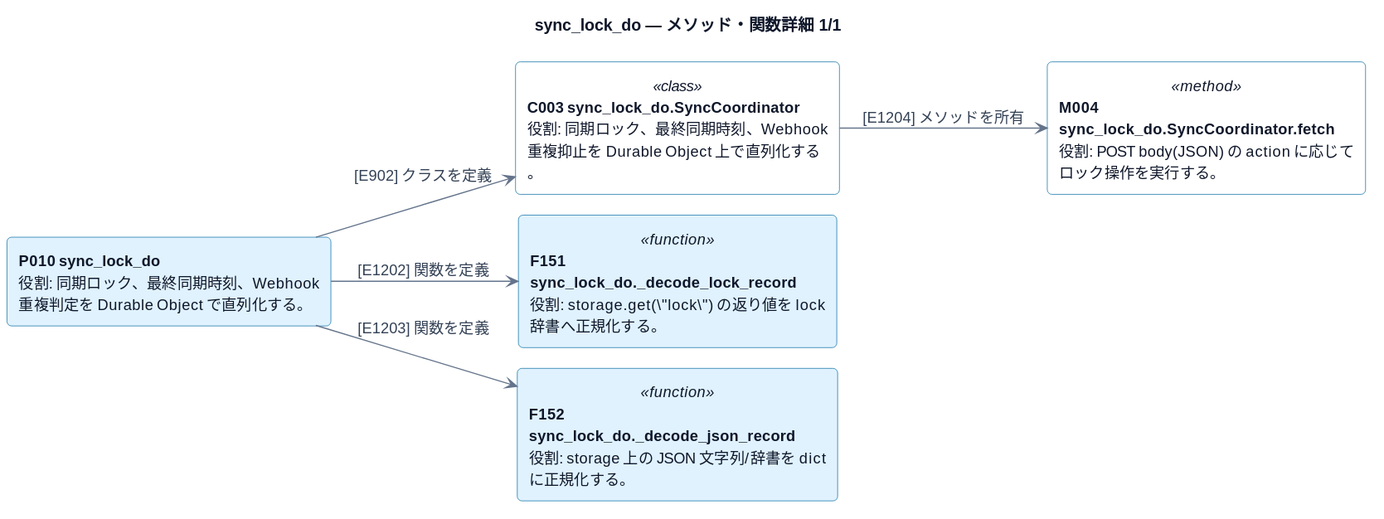
Above: docs/architecture/plantuml/rendered/methods/sync-lock.svg in ichipiro/IE_Event_Bot (PlantUML), before the change.
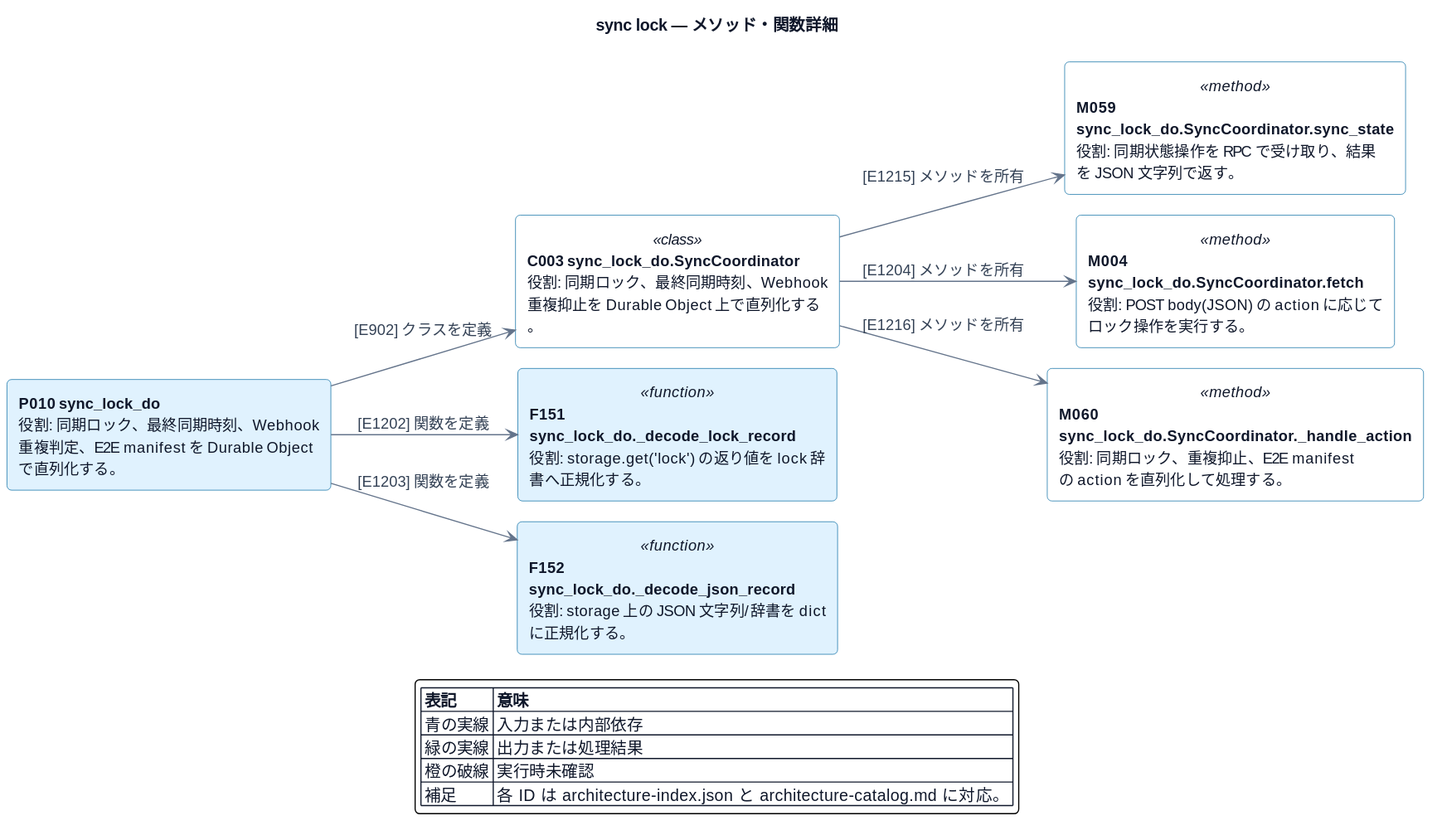
Above is the later version.

Diff of the diagram source:
```diff
@@ -1,15 +1,26 @@
 @startuml
 !include ../_shared/style.puml
-title sync_lock_do — メソッド・関数詳細 1/1
+title sync lock — メソッド・関数詳細
 !pragma layout smetana
 left to right direction
-component "<b>P010 sync_lock_do</b>\n役割: 同期ロック、最終同期時刻、Webhook 重複判定を Durable Object で直列化する。" as P010
+component "<b>P010 sync_lock_do</b>\n役割: 同期ロック、最終同期時刻、Webhook 重複判定、E2E manifest を Durable Object で直列化する。" as P010
 component "<b>C003 sync_lock_do.SyncCoordinator</b>\n役割: 同期ロック、最終同期時刻、Webhook 重複抑止を Durable Object 上で直列化する。" as C003 <<class>>
 P010 -[#64748B]-> C003 : [E902] クラスを定義
-rectangle "<b>F151 sync_lock_do._decode_lock_record</b>\n役割: storage.get(\"lock\") の返り値を lock 辞書へ正規化する。" as F151 <<function>>
+rectangle "<b>F151 sync_lock_do._decode_lock_record</b>\n役割: storage.get('lock') の返り値を lock 辞書へ正規化する。" as F151 <<function>>
 P010 -[#64748B]-> F151 : [E1202] 関数を定義
 rectangle "<b>F152 sync_lock_do._decode_json_record</b>\n役割: storage 上の JSON 文字列/辞書を dict に正規化する。" as F152 <<function>>
 P010 -[#64748B]-> F152 : [E1203] 関数を定義
+rectangle "<b>M059 sync_lock_do.SyncCoordinator.sync_state</b>\n役割: 同期状態操作を RPC で受け取り、結果を JSON 文字列で返す。" as M059 <<method>>
+C003 -[#64748B]-> M059 : [E1215] メソッドを所有
 rectangle "<b>M004 sync_lock_do.SyncCoordinator.fetch</b>\n役割: POST body(JSON) の action に応じてロック操作を実行する。" as M004 <<method>>
 C003 -[#64748B]-> M004 : [E1204] メソッドを所有
+rectangle "<b>M060 sync_lock_do.SyncCoordinator._handle_action</b>\n役割: 同期ロック、重複抑止、E2E manifest の action を直列化して処理する。" as M060 <<method>>
+C003 -[#64748B]-> M060 : [E1216] メソッドを所有
+legend bottom
+  |= 表記 |= 意味 |
+  | 青の実線 | 入力または内部依存 |
+  | 緑の実線 | 出力または処理結果 |
+  | 橙の破線 | 実行時未確認 |
+  | 補足 | 各 ID は architecture-index.json と architecture-catalog.md に対応。 |
+endlegend
 @enduml
```
